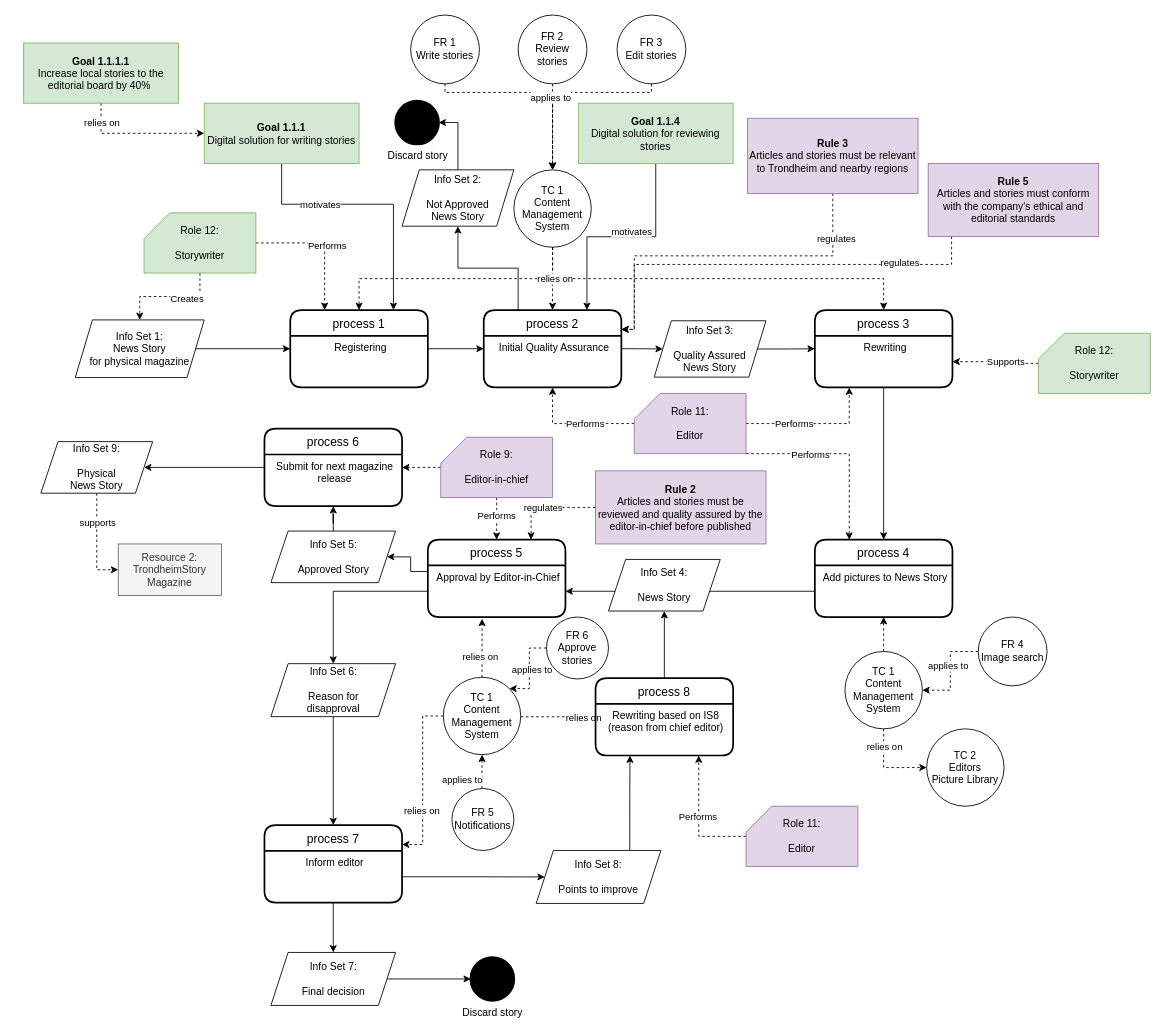
Above: TS_business_process_1.drawio in gullskatten/TS-models-4em-archi (draw.io), before the change. Source tidied: cells renumbered, new cells numbered last; positions are measured from the earlier drawing's top-left corner, leaving out a move shared by most shapes. Both pictures are drawn from the tidied source at 86%, with x=0, y=0 at pixel (23, 15).
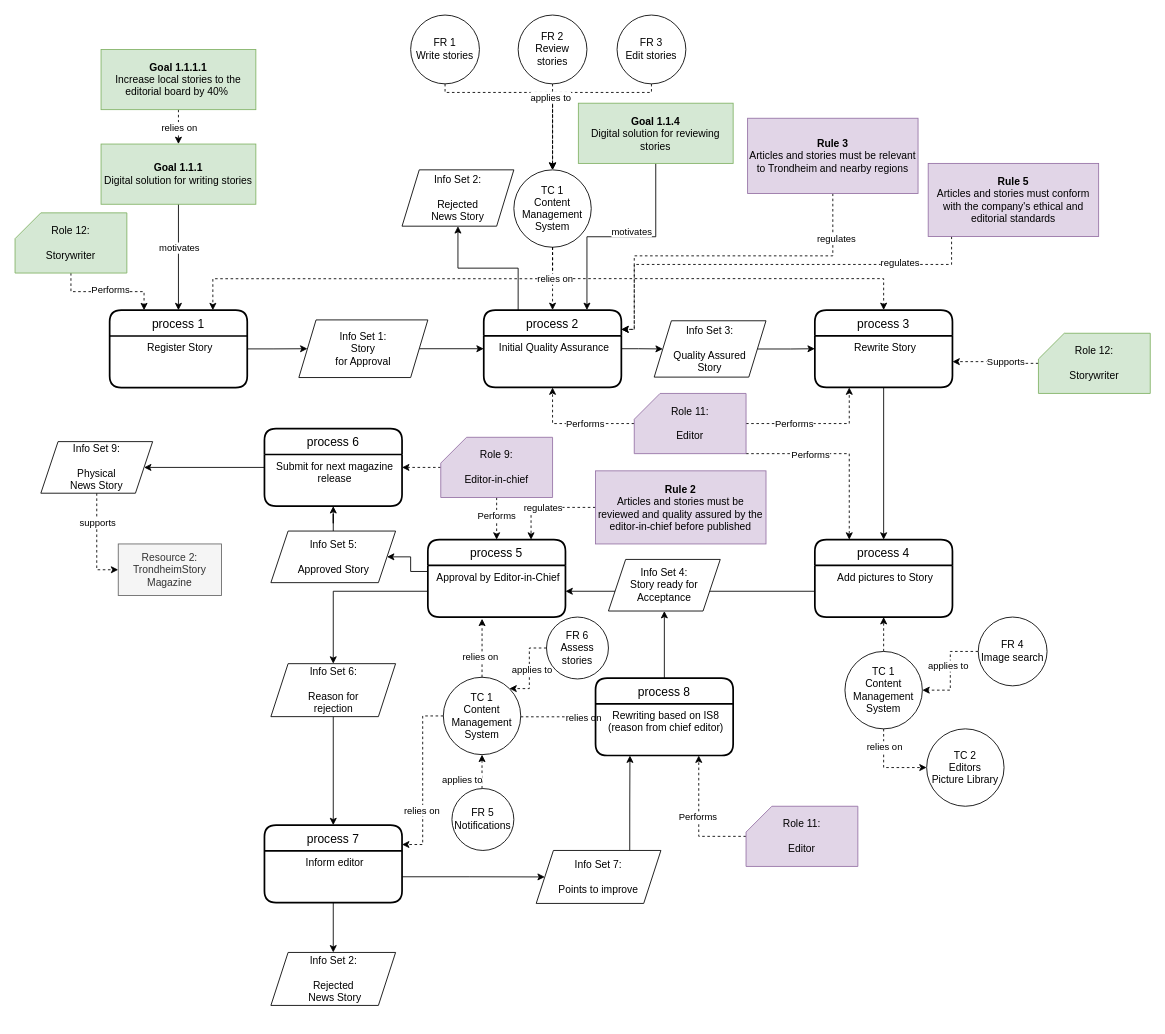
The same page after the edit.

The change refers to these unchanged cells:
```xml
<mxCell id="5" value="TC 1&lt;br&gt;Content Management&lt;br&gt;System" style="ellipse;whiteSpace=wrap;html=1;fillColor=#FFFFFF;" parent="1" vertex="1">
  <mxGeometry x="570" y="180" width="90" height="90" as="geometry" />
</mxCell>
<mxCell id="16" value="Initial Quality Assurance" style="align=center;strokeColor=none;fillColor=none;spacingLeft=4;fontSize=12;verticalAlign=top;" parent="15" vertex="1">
  <mxGeometry y="30" width="160" height="60" as="geometry" />
</mxCell>
<mxCell id="119" value="process 3" style="swimlane;horizontal=1;startSize=30;rounded=1;fontSize=14;fontStyle=0;strokeWidth=2;shadow=0;dashed=0;align=center;" parent="1" vertex="1">
  <mxGeometry x="920" y="343" width="160" height="90" as="geometry" />
</mxCell>
<mxCell id="122" value="process 4" style="swimlane;horizontal=1;startSize=30;rounded=1;fontSize=14;fontStyle=0;strokeWidth=2;shadow=0;dashed=0;align=center;" parent="1" vertex="1">
  <mxGeometry x="920" y="610" width="160" height="90" as="geometry" />
</mxCell>
```

Change to the diagram source:
```diff
@@
-    <mxCell id="2" style="edgeStyle=orthogonalEdgeStyle;rounded=0;jettySize=auto;html=1;entryX=0;entryY=0.25;entryDx=0;entryDy=0;exitX=1;exitY=0.25;exitDx=0;exitDy=0;" parent="1" edge="1" source="19" target="16">
-      <mxGeometry relative="1" as="geometry" />
-    </mxCell>
@@
-    <mxCell id="6" style="edgeStyle=orthogonalEdgeStyle;rounded=0;jettySize=auto;html=1;entryX=0.5;entryY=0;entryDx=0;entryDy=0;exitX=0.5;exitY=1;exitDx=0;exitDy=0;dashed=1;" parent="1" edge="1" source="5" target="18">
+    <mxCell id="6" style="edgeStyle=orthogonalEdgeStyle;rounded=0;jettySize=auto;html=1;exitX=0.5;exitY=1;exitDx=0;exitDy=0;dashed=1;entryX=0.75;entryY=0;entryDx=0;entryDy=0;" parent="1" edge="1" source="5" target="18">
       <mxGeometry relative="1" as="geometry" />
     </mxCell>
@@
-    <mxCell id="12" value="Info Set 6:&lt;br&gt;&lt;br&gt;Reason for &lt;br&gt;disapproval" style="shape=parallelogram;perimeter=parallelogramPerimeter;whiteSpace=wrap;html=1;fixedSize=1;" parent="1" vertex="1">
+    <mxCell id="12" value="Info Set 6:&lt;br&gt;&lt;br&gt;Reason for &lt;br&gt;rejection" style="shape=parallelogram;perimeter=parallelogramPerimeter;whiteSpace=wrap;html=1;fixedSize=1;" parent="1" vertex="1">
       <mxGeometry x="287.5" y="754.2" width="145" height="61.6" as="geometry" />
     </mxCell>
@@
-    <mxCell id="18" value="process 1" style="swimlane;horizontal=1;startSize=30;rounded=1;fontSize=14;fontStyle=0;strokeWidth=2;shadow=0;dashed=0;align=center;fillColor=#FFFFFF;" parent="1" vertex="1">
-      <mxGeometry x="310" y="343" width="160" height="90" as="geometry" />
-    </mxCell>
-    <mxCell id="19" value="Registering" style="align=center;strokeColor=none;fillColor=none;spacingLeft=4;fontSize=12;verticalAlign=top;" parent="18" vertex="1">
-      <mxGeometry y="30" width="160" height="60" as="geometry" />
-    </mxCell>
-    <mxCell id="20" style="edgeStyle=orthogonalEdgeStyle;rounded=0;jettySize=auto;html=1;entryX=0;entryY=0.25;entryDx=0;entryDy=0;endArrow=classic;endFill=1;exitX=1;exitY=0.5;exitDx=0;exitDy=0;" parent="1" edge="1" source="21" target="19">
-      <mxGeometry relative="1" as="geometry">
-        <Array as="points">
-          <mxPoint x="290" y="388" />
-          <mxPoint x="290" y="388" />
-        </Array>
-      </mxGeometry>
-    </mxCell>
+    <mxCell id="128" style="edgeStyle=orthogonalEdgeStyle;rounded=0;jettySize=auto;html=1;entryX=0;entryY=0.25;entryDx=0;entryDy=0;" parent="1" edge="1" source="21" target="16">
+      <mxGeometry relative="1" as="geometry" />
+    </mxCell>
-    <mxCell id="21" value="Info Set 1:&lt;br&gt;News Story&lt;br&gt;for physical magazine" style="shape=parallelogram;perimeter=parallelogramPerimeter;whiteSpace=wrap;html=1;fixedSize=1;" parent="1" vertex="1">
-      <mxGeometry x="60" y="354.5" width="150" height="67" as="geometry" />
+    <mxCell id="21" value="Info Set 1:&lt;br&gt;Story&lt;br&gt;for Approval" style="shape=parallelogram;perimeter=parallelogramPerimeter;whiteSpace=wrap;html=1;fixedSize=1;" parent="1" vertex="1">
+      <mxGeometry x="320" y="354.5" width="150" height="67" as="geometry" />
     </mxCell>
@@
-    <mxCell id="26" value="Discard story" style="shape=mxgraph.bpmn.shape;html=1;verticalLabelPosition=bottom;labelBackgroundColor=#ffffff;verticalAlign=top;align=center;perimeter=ellipsePerimeter;outlineConnect=0;outline=end;symbol=terminate;fillColor=#000000;" parent="1" vertex="1">
-      <mxGeometry x="520" y="1095.8" width="50" height="50" as="geometry" />
-    </mxCell>
@@
-    <mxCell id="34" style="edgeStyle=orthogonalEdgeStyle;rounded=0;jettySize=auto;html=1;dashed=1;endArrow=classic;endFill=1;" parent="1" edge="1" source="36" target="21">
-      <mxGeometry relative="1" as="geometry" />
-    </mxCell>
-    <mxCell id="35" value="Creates" style="edgeLabel;html=1;align=center;verticalAlign=middle;" parent="34" vertex="1">
-      <mxGeometry x="-0.51" y="-12" relative="1" as="geometry">
-        <mxPoint x="-12" y="14" as="offset" />
-      </mxGeometry>
-    </mxCell>
     <mxCell id="36" value="Role 12:&lt;br&gt;&lt;br&gt;Storywriter" style="shape=card;whiteSpace=wrap;html=1;fillColor=#d5e8d4;strokeColor=#82b366;" parent="1" vertex="1">
-      <mxGeometry x="140" y="230" width="130" height="70" as="geometry" />
+      <mxGeometry x="-10" y="230" width="130" height="70" as="geometry" />
     </mxCell>
@@
-    <mxCell id="42" value="Info Set 4:&lt;br&gt;&lt;br&gt;News Story" style="shape=parallelogram;perimeter=parallelogramPerimeter;whiteSpace=wrap;html=1;fixedSize=1;" parent="1" vertex="1">
+    <mxCell id="42" value="Info Set 4:&lt;br&gt;Story ready for&lt;br&gt;Acceptance" style="shape=parallelogram;perimeter=parallelogramPerimeter;whiteSpace=wrap;html=1;fixedSize=1;" parent="1" vertex="1">
       <mxGeometry x="680" y="633" width="130" height="60" as="geometry" />
     </mxCell>
@@
-    <mxCell id="79" style="edgeStyle=orthogonalEdgeStyle;rounded=0;jettySize=auto;html=1;entryX=0.75;entryY=0;entryDx=0;entryDy=0;" parent="1" edge="1" source="81" target="18">
+    <mxCell id="79" style="edgeStyle=orthogonalEdgeStyle;rounded=0;jettySize=auto;html=1;entryX=0.5;entryY=0;entryDx=0;entryDy=0;" parent="1" edge="1" target="18">
       <mxGeometry relative="1" as="geometry">
+        <mxPoint x="180" y="180" as="sourcePoint" />
         <Array as="points">
-          <mxPoint x="300" y="220" />
-          <mxPoint x="430" y="220" />
+          <mxPoint x="180" y="200" />
+          <mxPoint x="180" y="200" />
         </Array>
       </mxGeometry>
     </mxCell>
     <mxCell id="80" value="motivates" style="edgeLabel;html=1;align=center;verticalAlign=middle;" parent="79" vertex="1">
       <mxGeometry x="-0.39" y="-1" relative="1" as="geometry">
-        <mxPoint y="-1" as="offset" />
+        <mxPoint x="1" y="40" as="offset" />
       </mxGeometry>
     </mxCell>
     <mxCell id="81" value="&lt;b&gt;Goal 1.1.1&lt;br&gt;&lt;/b&gt;Digital solution for writing stories" style="rounded=0;whiteSpace=wrap;html=1;fillColor=#d5e8d4;strokeColor=#82b366;" parent="1" vertex="1">
-      <mxGeometry x="210" y="102.5" width="180" height="70" as="geometry" />
+      <mxGeometry x="90" y="150" width="180" height="70" as="geometry" />
     </mxCell>
-    <mxCell id="82" style="edgeStyle=orthogonalEdgeStyle;rounded=0;jettySize=auto;html=1;entryX=0;entryY=0.5;entryDx=0;entryDy=0;exitX=0.5;exitY=1;exitDx=0;exitDy=0;dashed=1;" parent="1" edge="1" source="84" target="81">
+    <mxCell id="82" style="edgeStyle=orthogonalEdgeStyle;rounded=0;jettySize=auto;html=1;entryX=0.5;entryY=0;entryDx=0;entryDy=0;exitX=0.5;exitY=1;exitDx=0;exitDy=0;dashed=1;" parent="1" edge="1" source="84" target="81">
       <mxGeometry relative="1" as="geometry" />
     </mxCell>
     <mxCell id="83" value="relies on" style="edgeLabel;html=1;align=center;verticalAlign=middle;" parent="82" vertex="1">
       <mxGeometry x="-0.69" relative="1" as="geometry">
-        <mxPoint y="-1" as="offset" />
+        <mxPoint y="14" as="offset" />
       </mxGeometry>
     </mxCell>
     <mxCell id="84" value="&lt;b&gt;Goal 1.1.1.1&lt;br&gt;&lt;/b&gt;Increase local stories to the editorial board by 40%&amp;nbsp;" style="rounded=0;whiteSpace=wrap;html=1;fillColor=#d5e8d4;strokeColor=#82b366;" parent="1" vertex="1">
-      <mxGeometry y="32.5" width="180" height="70" as="geometry" />
+      <mxGeometry x="90" y="40" width="180" height="70" as="geometry" />
     </mxCell>
@@
-    <mxCell id="96" value="Info Set 8:&lt;br&gt;&lt;br&gt;Points to improve" style="shape=parallelogram;perimeter=parallelogramPerimeter;whiteSpace=wrap;html=1;fixedSize=1;" parent="1" vertex="1">
+    <mxCell id="96" value="Info Set 7:&lt;br&gt;&lt;br&gt;Points to improve" style="shape=parallelogram;perimeter=parallelogramPerimeter;whiteSpace=wrap;html=1;fixedSize=1;" parent="1" vertex="1">
       <mxGeometry x="596" y="971.4" width="145" height="61.6" as="geometry" />
     </mxCell>
-    <mxCell id="97" style="edgeStyle=orthogonalEdgeStyle;rounded=0;jettySize=auto;html=1;entryX=0;entryY=0.5;entryDx=0;entryDy=0;" parent="1" edge="1" source="98" target="26">
-      <mxGeometry relative="1" as="geometry" />
-    </mxCell>
-    <mxCell id="98" value="Info Set 7:&lt;br&gt;&lt;br&gt;Final decision" style="shape=parallelogram;perimeter=parallelogramPerimeter;whiteSpace=wrap;html=1;fixedSize=1;" parent="1" vertex="1">
+    <mxCell id="98" value="Info Set 2:&lt;br&gt;&lt;br&gt;Rejected&lt;br&gt;&amp;nbsp;News Story" style="shape=parallelogram;perimeter=parallelogramPerimeter;whiteSpace=wrap;html=1;fixedSize=1;" parent="1" vertex="1">
       <mxGeometry x="287.5" y="1090" width="145" height="61.6" as="geometry" />
     </mxCell>
@@
-    <mxCell id="116" value="FR 6&lt;br&gt;Approve&lt;br&gt;stories" style="ellipse;whiteSpace=wrap;html=1;" parent="1" vertex="1">
+    <mxCell id="116" value="FR 6&lt;br&gt;Assess&lt;br&gt;stories" style="ellipse;whiteSpace=wrap;html=1;" parent="1" vertex="1">
       <mxGeometry x="608" y="700" width="72" height="72" as="geometry" />
     </mxCell>
@@
-    <mxCell id="118" value="Info Set 3:&lt;br&gt;&lt;br&gt;Quality Assured&lt;br&gt;News Story" style="shape=parallelogram;perimeter=parallelogramPerimeter;whiteSpace=wrap;html=1;fixedSize=1;" parent="1" vertex="1">
+    <mxCell id="118" value="Info Set 3:&lt;br&gt;&lt;br&gt;Quality Assured&lt;br&gt;Story" style="shape=parallelogram;perimeter=parallelogramPerimeter;whiteSpace=wrap;html=1;fixedSize=1;" parent="1" vertex="1">
       <mxGeometry x="733.2" y="355.5" width="130" height="65.5" as="geometry" />
     </mxCell>
@@
-    <mxCell id="120" value="Rewriting" style="align=center;strokeColor=none;fillColor=none;spacingLeft=4;fontSize=12;verticalAlign=top;" parent="119" vertex="1">
+    <mxCell id="120" value="Rewrite Story" style="align=center;strokeColor=none;fillColor=none;spacingLeft=4;fontSize=12;verticalAlign=top;" parent="119" vertex="1">
       <mxGeometry y="30" width="160" height="60" as="geometry" />
     </mxCell>
@@
-    <mxCell id="123" value="Add pictures to News Story" style="align=center;strokeColor=none;fillColor=none;spacingLeft=4;fontSize=12;verticalAlign=top;" parent="122" vertex="1">
+    <mxCell id="123" value="Add pictures to Story" style="align=center;strokeColor=none;fillColor=none;spacingLeft=4;fontSize=12;verticalAlign=top;" parent="122" vertex="1">
       <mxGeometry y="30" width="160" height="60" as="geometry" />
     </mxCell>
@@
-    <mxCell id="125" style="edgeStyle=orthogonalEdgeStyle;rounded=0;jettySize=auto;html=1;entryX=1;entryY=0.5;entryDx=0;entryDy=0;" parent="1" edge="1" source="126" target="127">
-      <mxGeometry relative="1" as="geometry" />
-    </mxCell>
-    <mxCell id="126" value="Info Set 2:&lt;br&gt;&lt;br&gt;Not Approved&lt;br&gt;News Story" style="shape=parallelogram;perimeter=parallelogramPerimeter;whiteSpace=wrap;html=1;fixedSize=1;" parent="1" vertex="1">
+    <mxCell id="126" value="Info Set 2:&lt;br&gt;&lt;br&gt;Rejected&lt;br&gt;News Story" style="shape=parallelogram;perimeter=parallelogramPerimeter;whiteSpace=wrap;html=1;fixedSize=1;" parent="1" vertex="1">
       <mxGeometry x="440" y="180" width="130" height="65.5" as="geometry" />
     </mxCell>
-    <mxCell id="127" value="Discard story" style="shape=mxgraph.bpmn.shape;html=1;verticalLabelPosition=bottom;labelBackgroundColor=#ffffff;verticalAlign=top;align=center;perimeter=ellipsePerimeter;outlineConnect=0;outline=end;symbol=terminate;fillColor=#000000;" parent="1" vertex="1">
-      <mxGeometry x="432.5" y="100" width="50" height="50" as="geometry" />
-    </mxCell>
+    <mxCell id="129" style="edgeStyle=orthogonalEdgeStyle;rounded=0;jettySize=auto;html=1;entryX=0;entryY=0.5;entryDx=0;entryDy=0;exitX=1;exitY=0.25;exitDx=0;exitDy=0;" parent="1" edge="1" source="19" target="21">
+      <mxGeometry relative="1" as="geometry" />
+    </mxCell>
+    <mxCell id="18" value="process 1" style="swimlane;horizontal=1;startSize=30;rounded=1;fontSize=14;fontStyle=0;strokeWidth=2;shadow=0;dashed=0;align=center;fillColor=#FFFFFF;" parent="1" vertex="1">
+      <mxGeometry x="100" y="343.2" width="160" height="90" as="geometry" />
+    </mxCell>
+    <mxCell id="19" value="Register Story" style="align=center;strokeColor=none;fillColor=none;spacingLeft=4;fontSize=12;verticalAlign=top;" parent="18" vertex="1">
+      <mxGeometry y="30" width="160" height="60" as="geometry" />
+    </mxCell>
```
